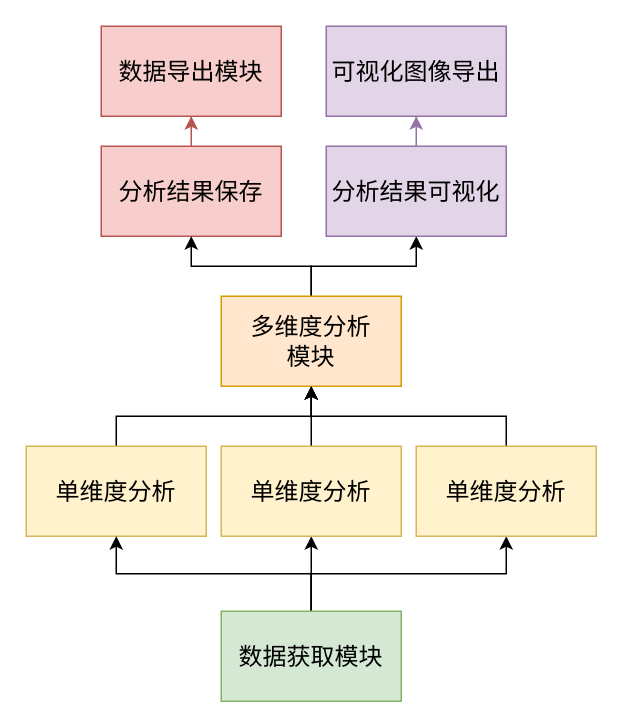
Above: page "Page-3" (3 of 3) of 大户模块和接口.drawio in 1009351456/Anonymous (draw.io), before the change. Source tidied: cells renumbered, new cells numbered last; positions are measured from the earlier drawing's top-left corner, leaving out a move shared by most shapes. Both pictures are drawn from the tidied source at 150%, with x=0, y=0 at pixel (26, 26).
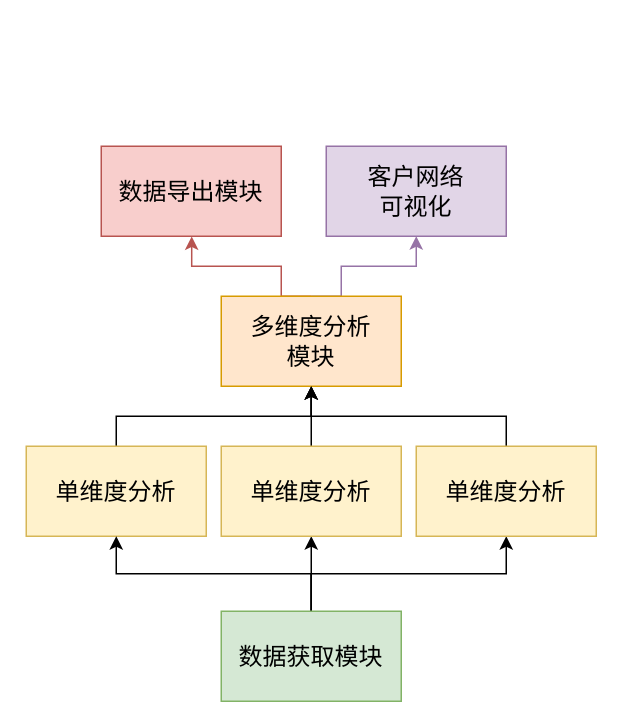
After the change.

Unchanged cells that the change refers to:
```xml
<mxCell id="9" value="多维度分析&lt;br&gt;模块" style="rounded=0;whiteSpace=wrap;html=1;fillColor=#ffe6cc;fontSize=16;strokeColor=#d79b00;" parent="1" vertex="1">
  <mxGeometry x="130" y="180" width="120" height="60" as="geometry" />
</mxCell>
```

Change to the diagram source:
```diff
@@
-    <mxCell id="4" style="edgeStyle=orthogonalEdgeStyle;rounded=0;jettySize=auto;html=1;endArrow=classic;endFill=1;fontSize=16;fillColor=#f8cecc;strokeColor=#b85450;" parent="1" edge="1" source="5" target="6">
-      <mxGeometry relative="1" as="geometry" />
-    </mxCell>
-    <mxCell id="5" value="分析结果保存" style="rounded=0;whiteSpace=wrap;html=1;fillColor=#f8cecc;fontSize=16;strokeColor=#b85450;" parent="1" vertex="1">
-      <mxGeometry x="50" y="80" width="120" height="60" as="geometry" />
-    </mxCell>
     <mxCell id="6" value="数据导出模块" style="rounded=0;whiteSpace=wrap;html=1;fillColor=#f8cecc;fontSize=16;strokeColor=#b85450;" parent="1" vertex="1">
-      <mxGeometry x="50" width="120" height="60" as="geometry" />
+      <mxGeometry x="50" y="80" width="120" height="60" as="geometry" />
     </mxCell>
-    <mxCell id="7" style="edgeStyle=orthogonalEdgeStyle;rounded=0;jettySize=auto;html=1;exitX=0.5;exitY=0;exitDx=0;exitDy=0;entryX=0.5;entryY=1;entryDx=0;entryDy=0;endArrow=classic;endFill=1;fontSize=16;" parent="1" edge="1" source="9" target="19">
-      <mxGeometry relative="1" as="geometry" />
+    <mxCell id="7" style="edgeStyle=orthogonalEdgeStyle;rounded=0;jettySize=auto;html=1;exitX=0.5;exitY=0;exitDx=0;exitDy=0;entryX=0.5;entryY=1;entryDx=0;entryDy=0;endArrow=classic;endFill=1;fontSize=16;fillColor=#e1d5e7;strokeColor=#9673a6;" parent="1" edge="1" source="9" target="19">
+      <mxGeometry relative="1" as="geometry">
+        <Array as="points">
+          <mxPoint x="210" y="180" />
+          <mxPoint x="210" y="160" />
+          <mxPoint x="260" y="160" />
+        </Array>
+      </mxGeometry>
     </mxCell>
-    <mxCell id="8" style="edgeStyle=orthogonalEdgeStyle;rounded=0;jettySize=auto;html=1;exitX=0.5;exitY=0;exitDx=0;exitDy=0;entryX=0.5;entryY=1;entryDx=0;entryDy=0;" parent="1" edge="1" source="9" target="5">
-      <mxGeometry relative="1" as="geometry" />
+    <mxCell id="8" style="edgeStyle=orthogonalEdgeStyle;rounded=0;jettySize=auto;html=1;exitX=0.5;exitY=0;exitDx=0;exitDy=0;entryX=0.5;entryY=1;entryDx=0;entryDy=0;fillColor=#f8cecc;strokeColor=#b85450;" parent="1" edge="1" source="9">
+      <mxGeometry relative="1" as="geometry">
+        <mxPoint x="110.3" y="140.1" as="targetPoint" />
+        <Array as="points">
+          <mxPoint x="170" y="180" />
+          <mxPoint x="170" y="160" />
+          <mxPoint x="110" y="160" />
+        </Array>
+      </mxGeometry>
     </mxCell>
@@
-    <mxCell id="18" style="edgeStyle=orthogonalEdgeStyle;rounded=0;jettySize=auto;html=1;endArrow=classic;endFill=1;fontSize=16;fillColor=#e1d5e7;strokeColor=#9673a6;" parent="1" edge="1" source="19" target="20">
-      <mxGeometry relative="1" as="geometry" />
-    </mxCell>
-    <mxCell id="19" value="分析结果可视化" style="rounded=0;whiteSpace=wrap;html=1;fillColor=#e1d5e7;fontSize=16;strokeColor=#9673a6;" parent="1" vertex="1">
+    <mxCell id="19" value="客户网络&lt;br&gt;可视化" style="rounded=0;whiteSpace=wrap;html=1;fillColor=#e1d5e7;fontSize=16;strokeColor=#9673a6;" parent="1" vertex="1">
       <mxGeometry x="200" y="80" width="120" height="60" as="geometry" />
     </mxCell>
-    <mxCell id="20" value="可视化图像导出" style="rounded=0;whiteSpace=wrap;html=1;fillColor=#e1d5e7;fontSize=16;strokeColor=#9673a6;" parent="1" vertex="1">
-      <mxGeometry x="200" width="120" height="60" as="geometry" />
-    </mxCell>
```
